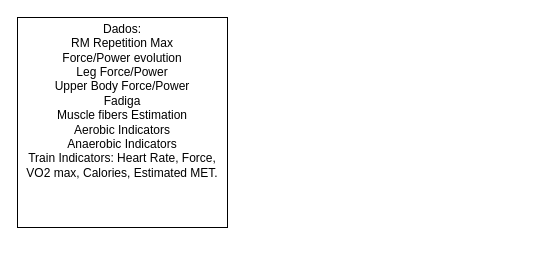
Above: SWDesign.drawio in andrevsl/SoCieForParaOPlay (draw.io), before the change. Source tidied: cells renumbered, new cells numbered last; positions are measured from the earlier drawing's top-left corner, leaving out a move shared by most shapes. Both pictures are drawn from the tidied source at 100%, with x=0, y=0 at pixel (17, 17).
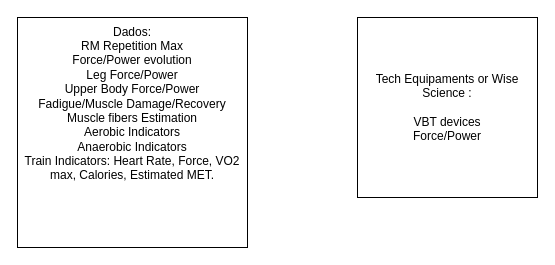
After the change.

The edit, as a diff of the source:
```diff
@@
 <mxGraphModel>
   <root>
     <mxCell id="0" />
     <mxCell id="1" parent="0" />
-    <mxCell id="2" value="Dados:&lt;div&gt;RM Repetition Max&lt;/div&gt;&lt;div&gt;Force/Power evolution&lt;/div&gt;&lt;div&gt;Leg Force/Power&lt;/div&gt;&lt;div&gt;Upper Body Force/Power&lt;/div&gt;&lt;div&gt;Fadiga&lt;/div&gt;&lt;div&gt;Muscle fibers Estimation&lt;/div&gt;&lt;div&gt;Aerobic Indicators&lt;/div&gt;&lt;div&gt;Anaerobic Indicators&lt;/div&gt;&lt;div&gt;Train Indicators: Heart Rate, Force, VO2 max, Calories, Estimated MET.&lt;/div&gt;&lt;div&gt;&lt;br&gt;&lt;/div&gt;&lt;div&gt;&lt;br&gt;&lt;/div&gt;&lt;div&gt;&lt;br&gt;&lt;/div&gt;" style="whiteSpace=wrap;html=1;" parent="1" vertex="1">
-      <mxGeometry width="210" height="210" as="geometry" />
+    <mxCell id="2" value="Dados:&lt;div&gt;RM Repetition Max&lt;/div&gt;&lt;div&gt;Force/Power evolution&lt;/div&gt;&lt;div&gt;Leg Force/Power&lt;/div&gt;&lt;div&gt;Upper Body Force/Power&lt;/div&gt;&lt;div&gt;Fadigue/Muscle Damage/Recovery&lt;/div&gt;&lt;div&gt;Muscle fibers Estimation&lt;/div&gt;&lt;div&gt;Aerobic Indicators&lt;/div&gt;&lt;div&gt;Anaerobic Indicators&lt;/div&gt;&lt;div&gt;Train Indicators: Heart Rate, Force, VO2 max, Calories, Estimated MET.&lt;/div&gt;&lt;div&gt;&lt;br&gt;&lt;/div&gt;&lt;div&gt;&lt;br&gt;&lt;/div&gt;&lt;div&gt;&lt;br&gt;&lt;/div&gt;&lt;div&gt;&lt;br&gt;&lt;/div&gt;" style="whiteSpace=wrap;html=1;" parent="1" vertex="1">
+      <mxGeometry width="230" height="230" as="geometry" />
     </mxCell>
+    <mxCell id="3" value="Tech Equipaments or Wise Science :&lt;div&gt;&lt;br&gt;&lt;div&gt;VBT devices&lt;/div&gt;&lt;div&gt;Force/Power&lt;/div&gt;&lt;/div&gt;" style="whiteSpace=wrap;html=1;" parent="1" vertex="1">
+      <mxGeometry x="340" width="180" height="180" as="geometry" />
+    </mxCell>
   </root>
 </mxGraphModel>
```
